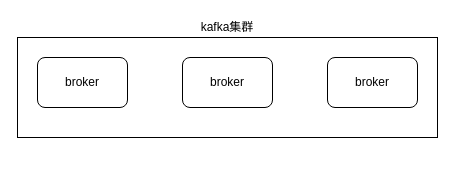
Above: src/main/resources/picture/kafka/kafka.drawio in zilanghuo/project-summary (draw.io), before the change. Source tidied: cells renumbered, new cells numbered last; positions are measured from the earlier drawing's top-left corner, leaving out a move shared by most shapes. Both pictures are drawn from the tidied source at 100%, with x=0, y=0 at pixel (17, 17).
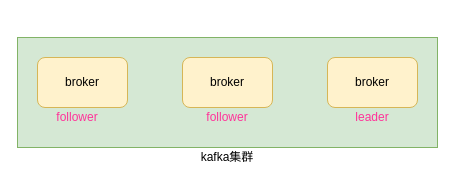
After the change.

What changed in the source:
```diff
@@
 <mxGraphModel>
   <root>
     <mxCell id="0" />
     <mxCell id="1" parent="0" />
-    <mxCell id="2" style="rounded=0;whiteSpace=wrap;html=1;" parent="1" vertex="1">
-      <mxGeometry y="20" width="420" height="100" as="geometry" />
+    <mxCell id="2" style="rounded=0;whiteSpace=wrap;html=1;fillColor=#d5e8d4;strokeColor=#82b366;" parent="1" vertex="1">
+      <mxGeometry y="20" width="420" height="110" as="geometry" />
     </mxCell>
-    <mxCell id="3" value="broker" style="rounded=1;whiteSpace=wrap;html=1;" parent="1" vertex="1">
+    <mxCell id="3" value="broker" style="rounded=1;whiteSpace=wrap;html=1;fillColor=#fff2cc;strokeColor=#d6b656;" parent="1" vertex="1">
       <mxGeometry x="20" y="40" width="90" height="50" as="geometry" />
     </mxCell>
-    <mxCell id="4" value="broker" style="rounded=1;whiteSpace=wrap;html=1;" parent="1" vertex="1">
+    <mxCell id="4" value="broker" style="rounded=1;whiteSpace=wrap;html=1;fillColor=#fff2cc;strokeColor=#d6b656;" parent="1" vertex="1">
       <mxGeometry x="165" y="40" width="90" height="50" as="geometry" />
     </mxCell>
-    <mxCell id="5" value="broker" style="rounded=1;whiteSpace=wrap;html=1;" parent="1" vertex="1">
+    <mxCell id="5" value="broker" style="rounded=1;whiteSpace=wrap;html=1;fillColor=#fff2cc;strokeColor=#d6b656;" parent="1" vertex="1">
       <mxGeometry x="310" y="40" width="90" height="50" as="geometry" />
     </mxCell>
     <mxCell id="6" value="kafka集群" style="text;html=1;strokeColor=none;fillColor=none;align=center;verticalAlign=middle;whiteSpace=wrap;rounded=0;" parent="1" vertex="1">
-      <mxGeometry x="130" width="160" height="20" as="geometry" />
+      <mxGeometry x="130" y="130" width="160" height="20" as="geometry" />
     </mxCell>
+    <mxCell id="7" value="follower" style="text;html=1;strokeColor=none;fillColor=none;align=center;verticalAlign=middle;whiteSpace=wrap;rounded=0;fontColor=#FF3399;" parent="1" vertex="1">
+      <mxGeometry x="40" y="90" width="40" height="20" as="geometry" />
+    </mxCell>
+    <mxCell id="8" value="follower" style="text;html=1;strokeColor=none;fillColor=none;align=center;verticalAlign=middle;whiteSpace=wrap;rounded=0;fontColor=#FF3399;" parent="1" vertex="1">
+      <mxGeometry x="190" y="90" width="40" height="20" as="geometry" />
+    </mxCell>
+    <mxCell id="9" value="leader" style="text;html=1;strokeColor=none;fillColor=none;align=center;verticalAlign=middle;whiteSpace=wrap;rounded=0;fontColor=#FF3399;" parent="1" vertex="1">
+      <mxGeometry x="335" y="90" width="40" height="20" as="geometry" />
+    </mxCell>
   </root>
 </mxGraphModel>
```
